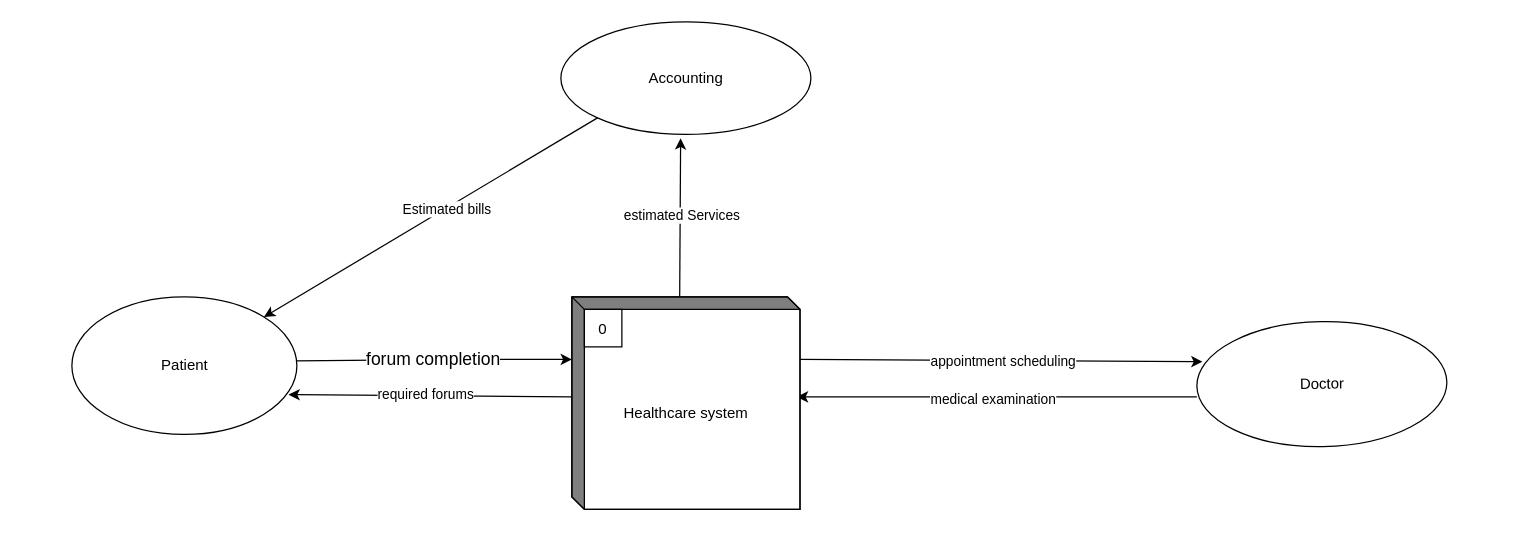
Above: levelzeroDFD.drawio in srssina/Healthcare_Database_system (draw.io), before the change. Source tidied: cells renumbered, new cells numbered last; positions are measured from the earlier drawing's top-left corner, leaving out a move shared by most shapes. Both pictures are drawn from the tidied source at 125%, with x=0, y=0 at pixel (71, 21).
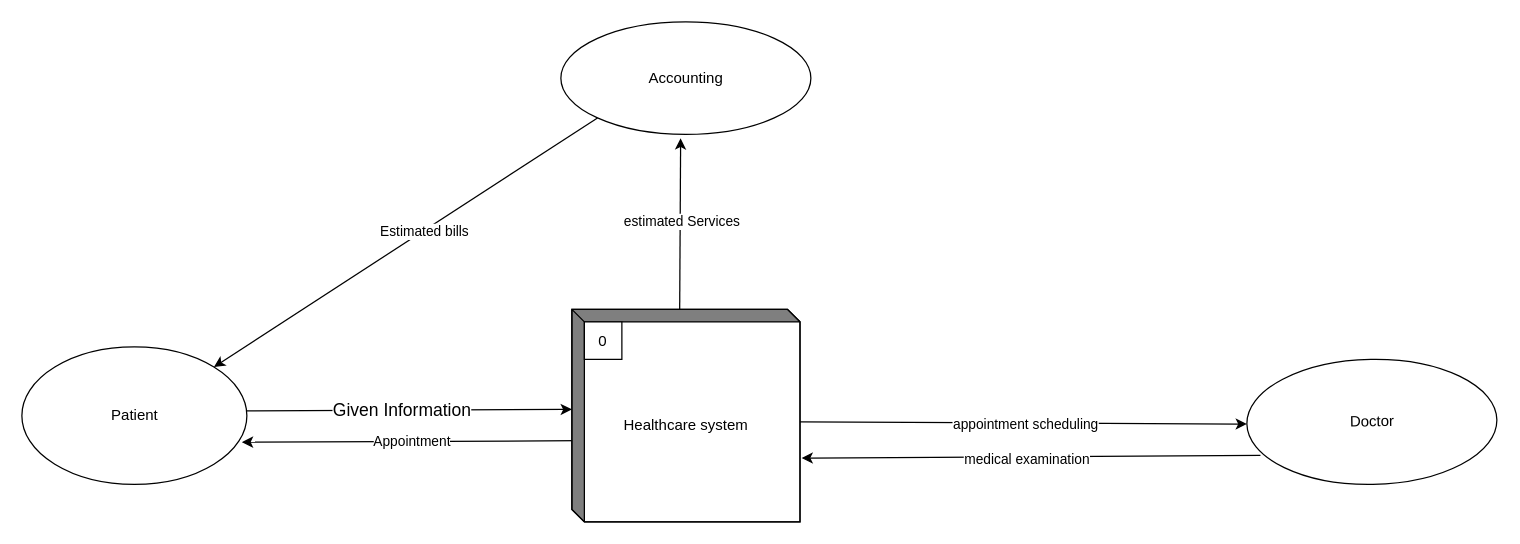
The same diagram, later.

Diff of the diagram source:
```diff
@@
 <mxGraphModel>
   <root>
     <mxCell id="0" />
     <mxCell id="1" parent="0" />
-    <mxCell id="2" value="appointment scheduling" style="edgeStyle=none;html=1;entryX=0.024;entryY=0.304;entryDx=0;entryDy=0;entryPerimeter=0;exitX=0;exitY=0;exitDx=182.5;exitDy=50;exitPerimeter=0;" parent="1" edge="1" source="12" target="4">
+    <mxCell id="2" value="appointment scheduling" style="edgeStyle=none;html=1;entryX=0;entryY=0.5;entryDx=0;entryDy=0;exitX=0;exitY=0;exitDx=182.5;exitDy=90;exitPerimeter=0;" parent="1" edge="1" source="12" target="4">
       <mxGeometry x="0.01" y="-1" relative="1" as="geometry" />
     </mxCell>
-    <mxCell id="3" value="medical examination" style="edgeStyle=none;html=1;" parent="1" edge="1">
-      <mxGeometry x="0.02" y="2" relative="1" as="geometry">
-        <mxPoint x="900" y="300" as="sourcePoint" />
-        <mxPoint x="580" y="300" as="targetPoint" />
-      </mxGeometry>
+    <mxCell id="3" value="medical examination" style="edgeStyle=none;html=1;entryX=1.007;entryY=0.7;entryDx=0;entryDy=0;entryPerimeter=0;exitX=0.052;exitY=0.753;exitDx=0;exitDy=0;exitPerimeter=0;" parent="1" edge="1" source="4" target="12">
+      <mxGeometry x="0.02" y="2" relative="1" as="geometry" />
     </mxCell>
     <mxCell id="4" value="Doctor" style="shape=ellipse;html=1;dashed=0;whitespace=wrap;perimeter=ellipsePerimeter;rounded=0;strokeColor=default;fillColor=default;gradientColor=none;rotation=-1;" parent="1" vertex="1">
-      <mxGeometry x="900" y="239.8" width="200" height="100" as="geometry" />
+      <mxGeometry x="940" y="270" width="200" height="100" as="geometry" />
     </mxCell>
     <mxCell id="5" value="estimated Services" style="edgeStyle=none;html=1;entryX=0.479;entryY=1.035;entryDx=0;entryDy=0;exitX=0;exitY=0;exitDx=86.25;exitDy=0;exitPerimeter=0;entryPerimeter=0;" parent="1" edge="1" source="12" target="6">
       <mxGeometry x="0.02" y="-1" relative="1" as="geometry" />
     </mxCell>
     <mxCell id="6" value="Accounting" style="shape=ellipse;html=1;dashed=0;whitespace=wrap;perimeter=ellipsePerimeter;rounded=0;strokeColor=default;fillColor=default;gradientColor=none;" parent="1" vertex="1">
       <mxGeometry x="391.2" width="200" height="90" as="geometry" />
     </mxCell>
-    <mxCell id="7" value="&lt;span style=&quot;font-size: 14px;&quot;&gt;forum completion&lt;/span&gt;" style="edgeStyle=none;html=1;exitX=0.997;exitY=0.465;exitDx=0;exitDy=0;entryX=0;entryY=0;entryDx=0;entryDy=50;entryPerimeter=0;exitPerimeter=0;" parent="1" edge="1" source="9" target="12">
-      <mxGeometry relative="1" as="geometry">
-        <Array as="points">
-          <mxPoint x="320" y="270" />
-        </Array>
-      </mxGeometry>
+    <mxCell id="7" value="&lt;span style=&quot;font-size: 14px;&quot;&gt;Given Information&lt;/span&gt;" style="edgeStyle=none;html=1;exitX=0.997;exitY=0.465;exitDx=0;exitDy=0;entryX=0;entryY=0;entryDx=0;entryDy=80;entryPerimeter=0;exitPerimeter=0;" parent="1" edge="1" source="9" target="12">
+      <mxGeometry x="-0.04" relative="1" as="geometry" />
     </mxCell>
     <mxCell id="8" value="Estimated bills" style="edgeStyle=none;html=1;entryX=1;entryY=0;entryDx=0;entryDy=0;exitX=0;exitY=1;exitDx=0;exitDy=0;" parent="1" edge="1" source="6" target="9">
       <mxGeometry x="-0.09" y="1" relative="1" as="geometry" />
     </mxCell>
     <mxCell id="9" value="Patient" style="shape=ellipse;html=1;dashed=0;whitespace=wrap;perimeter=ellipsePerimeter;rounded=0;strokeColor=default;fillColor=default;gradientColor=none;" parent="1" vertex="1">
-      <mxGeometry y="220" width="180" height="110" as="geometry" />
+      <mxGeometry x="-40" y="260" width="180" height="110" as="geometry" />
     </mxCell>
-    <mxCell id="10" style="edgeStyle=none;html=1;exitX=0;exitY=0;exitDx=0;exitDy=80;exitPerimeter=0;entryX=0.963;entryY=0.711;entryDx=0;entryDy=0;entryPerimeter=0;" parent="1" edge="1" source="12" target="9">
+    <mxCell id="10" value="Appointment" style="edgeStyle=none;html=1;exitX=0.038;exitY=0.618;exitDx=0;exitDy=0;exitPerimeter=0;entryX=0.978;entryY=0.693;entryDx=0;entryDy=0;entryPerimeter=0;" parent="1" edge="1" source="12" target="9">
       <mxGeometry relative="1" as="geometry" />
     </mxCell>
-    <mxCell id="11" value="required forums" style="edgeLabel;html=1;align=center;verticalAlign=middle;" parent="10" vertex="1">
-      <mxGeometry x="0.41" y="-1" relative="1" as="geometry">
-        <mxPoint x="42" as="offset" />
-      </mxGeometry>
-    </mxCell>
     <mxCell id="12" value="&lt;br&gt;Healthcare system" style="html=1;dashed=0;whitespace=wrap;shape=mxgraph.dfd.externalEntity;" parent="1" vertex="1">
-      <mxGeometry x="400" y="220" width="182.5" height="170" as="geometry" />
+      <mxGeometry x="400" y="230" width="182.5" height="170" as="geometry" />
     </mxCell>
     <mxCell id="13" value="0" style="strokeColor=inherit;fillColor=inherit;gradientColor=inherit;" parent="12" vertex="1">
       <mxGeometry width="30" height="30" relative="1" as="geometry">
         <mxPoint x="10" y="10" as="offset" />
       </mxGeometry>
     </mxCell>
   </root>
 </mxGraphModel>
```
